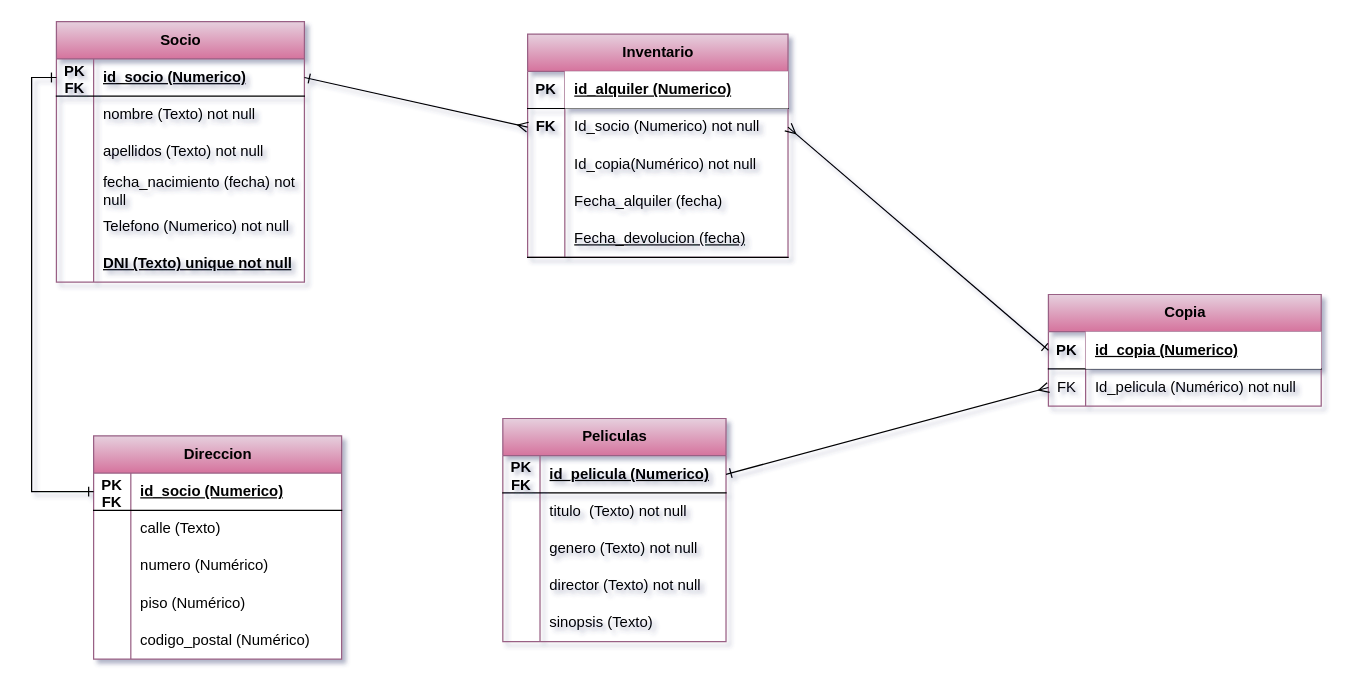
Before: Videoclub.drawio in Nerealofe/practica-sql-videoclub, a draw.io diagram. Source tidied: cells renumbered, new cells numbered last; positions are measured from the earlier drawing's top-left corner, leaving out a move shared by most shapes. Both pictures are drawn from the tidied source at 124%, with x=0, y=0 at pixel (56, 21).
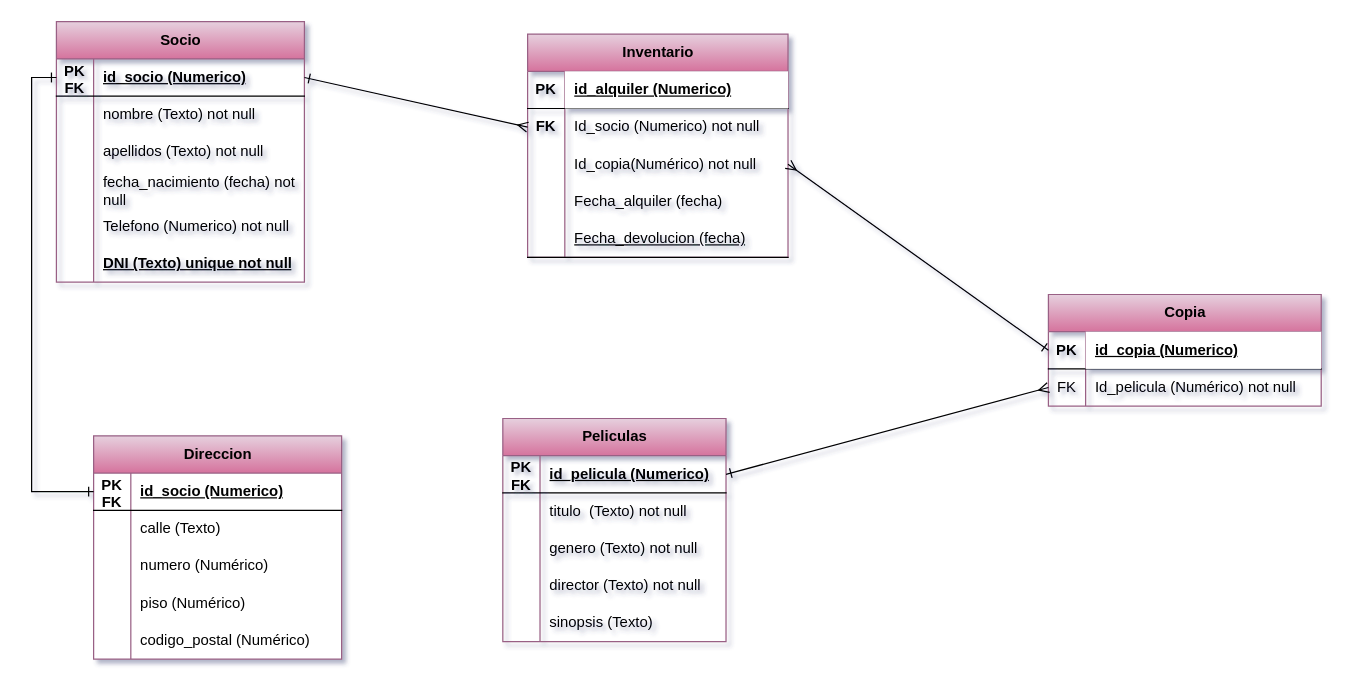
After the change.

Unchanged cells that the change refers to:
```xml
<mxCell id="54" style="shape=tableRow;horizontal=0;startSize=0;swimlaneHead=0;swimlaneBody=0;fillColor=none;points=[[0,0.5],[1,0.5]];portConstraint=eastwest;top=0;left=0;right=0;bottom=1;" parent="53" vertex="1">
  <mxGeometry y="30" width="220" height="30" as="geometry" />
</mxCell>
<mxCell id="64" style="shape=tableRow;horizontal=0;startSize=0;swimlaneHead=0;swimlaneBody=0;fillColor=none;points=[[0,0.5],[1,0.5]];portConstraint=eastwest;top=0;left=0;right=0;bottom=0;" parent="60" vertex="1">
  <mxGeometry y="60" width="210" height="30" as="geometry" />
</mxCell>
<mxCell id="67" style="shape=tableRow;horizontal=0;startSize=0;swimlaneHead=0;swimlaneBody=0;fillColor=none;points=[[0,0.5],[1,0.5]];portConstraint=eastwest;top=0;left=0;right=0;bottom=0;" parent="60" vertex="1">
  <mxGeometry y="90" width="210" height="30" as="geometry" />
</mxCell>
```

Change to the diagram source:
```diff
@@
-    <mxCell id="76" style="endArrow=ERone;html=1;rounded=0;entryX=0;entryY=0.5;entryDx=0;entryDy=0;exitX=1;exitY=0.5;exitDx=0;exitDy=0;startArrow=ERmany;startFill=0;endFill=0;" parent="1" edge="1" source="64" target="54">
+    <mxCell id="76" style="endArrow=ERone;html=1;rounded=0;entryX=0;entryY=0.5;entryDx=0;entryDy=0;exitX=1;exitY=0.5;exitDx=0;exitDy=0;startArrow=ERmany;startFill=0;endFill=0;" parent="1" edge="1" source="67" target="54">
       <mxGeometry relative="1" as="geometry" />
     </mxCell>
```
